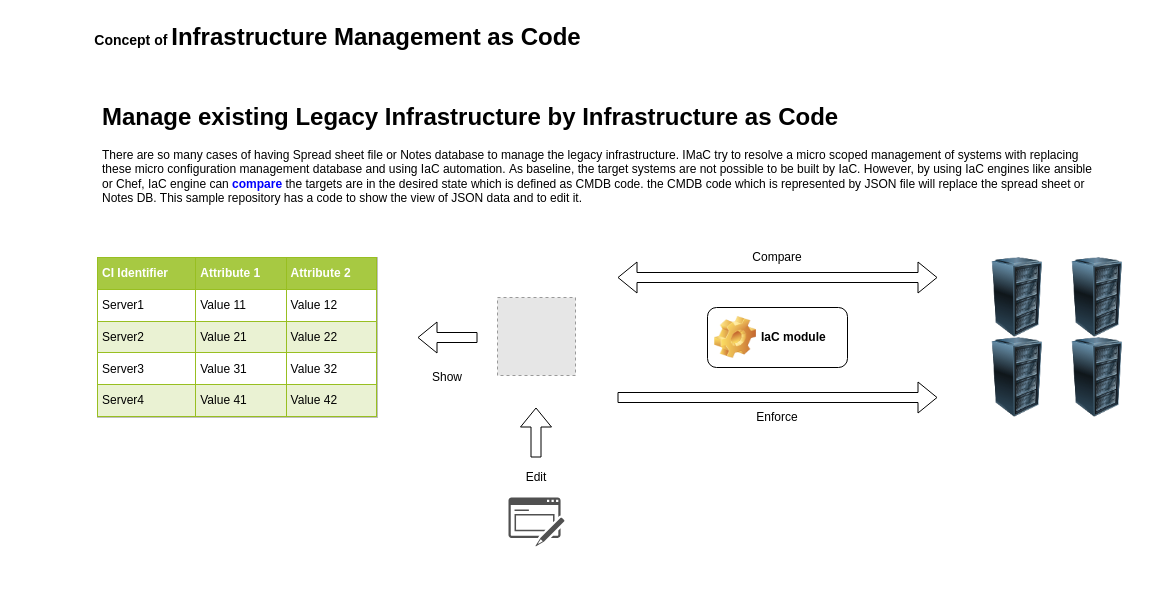
Before: docs/IMaC_concept.drawio in knibm/IMAC_startkit, a draw.io diagram. Source tidied: cells renumbered, new cells numbered last; positions are measured from the earlier drawing's top-left corner, leaving out a move shared by most shapes. Both pictures are drawn from the tidied source at 100%, with x=0, y=0 at pixel (17, 17). Pictures stored in the file or linked from it are replaced by grey dashed boxes.
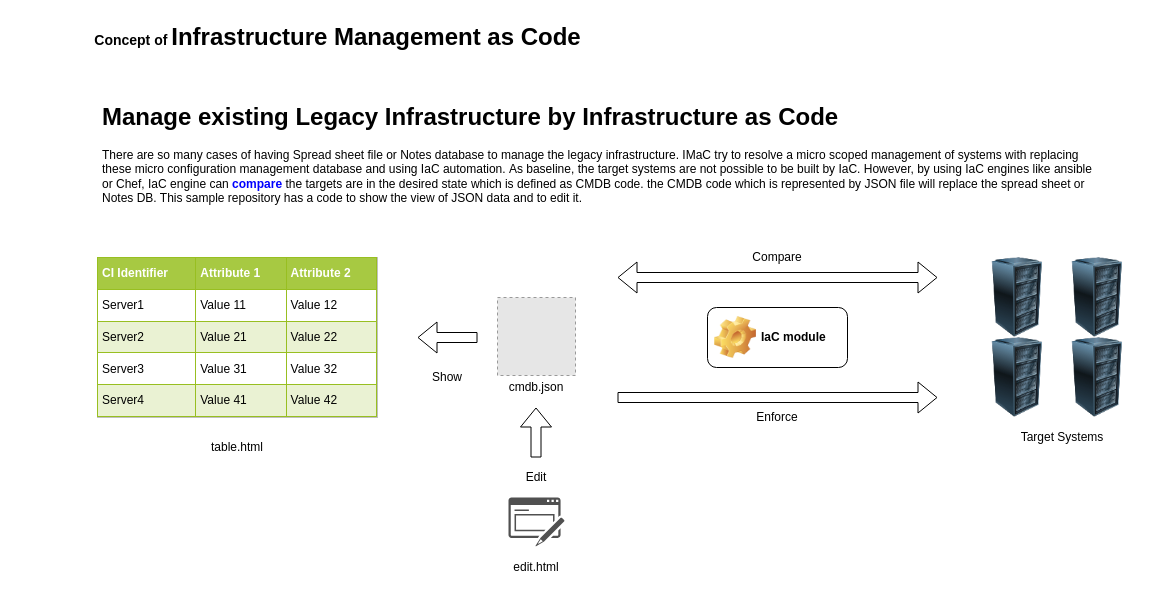
After the change.

Diff of the diagram source:
```diff
@@
+    <mxCell id="20" value="table.html" style="text;html=1;strokeColor=none;fillColor=none;align=center;verticalAlign=middle;whiteSpace=wrap;rounded=0;" parent="1" vertex="1">
+      <mxGeometry x="160" y="420" width="120" height="20" as="geometry" />
+    </mxCell>
+    <mxCell id="21" value="edit.html" style="text;html=1;strokeColor=none;fillColor=none;align=center;verticalAlign=middle;whiteSpace=wrap;rounded=0;" parent="1" vertex="1">
+      <mxGeometry x="459" y="540" width="120" height="20" as="geometry" />
+    </mxCell>
+    <mxCell id="22" value="cmdb.json" style="text;html=1;strokeColor=none;fillColor=none;align=center;verticalAlign=middle;whiteSpace=wrap;rounded=0;" parent="1" vertex="1">
+      <mxGeometry x="459" y="360" width="120" height="20" as="geometry" />
+    </mxCell>
+    <mxCell id="23" value="Target Systems" style="text;html=1;strokeColor=none;fillColor=none;align=center;verticalAlign=middle;whiteSpace=wrap;rounded=0;" parent="1" vertex="1">
+      <mxGeometry x="980" y="410" width="130" height="20" as="geometry" />
+    </mxCell>
```
